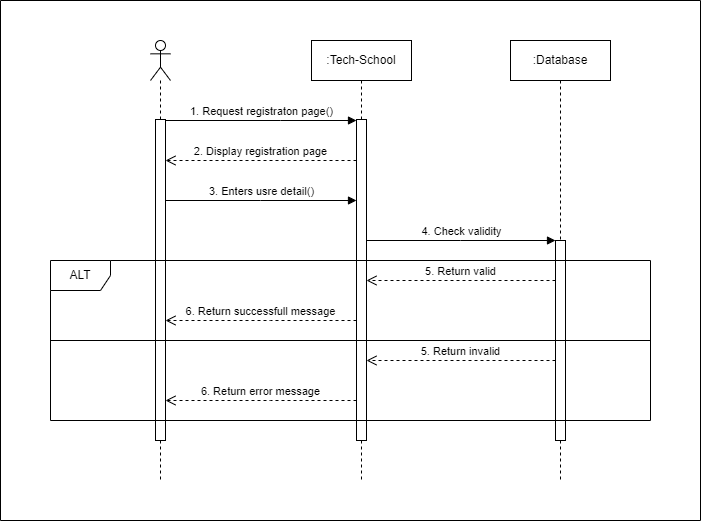
Before: Materials/Sequence Diagrams/SD_Registration.png, a diagram exported from draw.io (iprosenjitp/Tech-School). Source tidied: cells renumbered, new cells last; positions are measured from the earlier drawing's top-left corner, leaving out a move shared by most shapes. Its diagram source:
```xml
<mxGraphModel background="#ffffff">
  <root>
    <mxCell id="0" />
    <mxCell id="1" parent="0" />
    <mxCell id="2" value=":Tech-School" style="shape=umlLifeline;perimeter=lifelinePerimeter;whiteSpace=wrap;html=1;newEdgeStyle={&quot;curved&quot;:0,&quot;rounded&quot;:0};" parent="1" vertex="1">
      <mxGeometry x="311" y="40" width="100" height="440" as="geometry" />
    </mxCell>
    <mxCell id="3" style="html=1;points=[[0,0,0,0,5],[0,1,0,0,-5],[1,0,0,0,5],[1,1,0,0,-5]];perimeter=orthogonalPerimeter;outlineConnect=0;targetShapes=umlLifeline;portConstraint=eastwest;newEdgeStyle={&quot;curved&quot;:0,&quot;rounded&quot;:0};" parent="2" vertex="1">
      <mxGeometry x="45" y="79" width="10" height="321" as="geometry" />
    </mxCell>
    <mxCell id="4" value=":Database" style="shape=umlLifeline;perimeter=lifelinePerimeter;whiteSpace=wrap;html=1;newEdgeStyle={&quot;curved&quot;:0,&quot;rounded&quot;:0};" parent="1" vertex="1">
      <mxGeometry x="510" y="40" width="100" height="440" as="geometry" />
    </mxCell>
    <mxCell id="5" style="html=1;points=[[0,0,0,0,5],[0,1,0,0,-5],[1,0,0,0,5],[1,1,0,0,-5]];perimeter=orthogonalPerimeter;outlineConnect=0;targetShapes=umlLifeline;portConstraint=eastwest;newEdgeStyle={&quot;curved&quot;:0,&quot;rounded&quot;:0};" parent="4" vertex="1">
      <mxGeometry x="45" y="200" width="10" height="200" as="geometry" />
    </mxCell>
    <mxCell id="6" style="shape=umlLifeline;perimeter=lifelinePerimeter;whiteSpace=wrap;html=1;newEdgeStyle={&quot;curved&quot;:0,&quot;rounded&quot;:0};participant=umlActor;" parent="1" vertex="1">
      <mxGeometry x="150" y="40" width="20" height="440" as="geometry" />
    </mxCell>
    <mxCell id="7" style="html=1;points=[[0,0,0,0,5],[0,1,0,0,-5],[1,0,0,0,5],[1,1,0,0,-5]];perimeter=orthogonalPerimeter;outlineConnect=0;targetShapes=umlLifeline;portConstraint=eastwest;newEdgeStyle={&quot;curved&quot;:0,&quot;rounded&quot;:0};" parent="6" vertex="1">
      <mxGeometry x="5" y="79" width="10" height="321" as="geometry" />
    </mxCell>
    <mxCell id="8" value="2. Display registration page" style="html=1;verticalAlign=bottom;endArrow=open;dashed=1;endSize=8;rounded=0;" parent="1" edge="1" source="3" target="7">
      <mxGeometry relative="1" as="geometry">
        <Array as="points">
          <mxPoint x="260" y="160" />
        </Array>
      </mxGeometry>
    </mxCell>
    <mxCell id="9" value="3. Enters usre detail()" style="html=1;verticalAlign=bottom;endArrow=block;curved=0;rounded=0;" parent="1" edge="1" source="7" target="3">
      <mxGeometry relative="1" as="geometry">
        <Array as="points">
          <mxPoint x="260" y="200" />
        </Array>
      </mxGeometry>
    </mxCell>
    <mxCell id="10" value="1. Request registraton page()" style="html=1;verticalAlign=bottom;endArrow=block;curved=0;rounded=0;" parent="1" edge="1" source="7" target="3">
      <mxGeometry relative="1" as="geometry">
        <Array as="points">
          <mxPoint x="280" y="120" />
        </Array>
      </mxGeometry>
    </mxCell>
    <mxCell id="11" value="4. Check validity" style="html=1;verticalAlign=bottom;startArrow=none;startFill=0;endArrow=block;startSize=8;curved=0;rounded=0;" parent="1" edge="1" source="3" target="5">
      <mxGeometry relative="1" as="geometry">
        <Array as="points">
          <mxPoint x="460" y="240" />
        </Array>
      </mxGeometry>
    </mxCell>
    <mxCell id="12" value="5. Return valid" style="html=1;verticalAlign=bottom;endArrow=open;dashed=1;endSize=8;curved=0;rounded=0;" parent="1" edge="1" source="5" target="3">
      <mxGeometry relative="1" as="geometry">
        <Array as="points">
          <mxPoint x="460" y="280" />
        </Array>
      </mxGeometry>
    </mxCell>
    <mxCell id="13" value="6. Return successfull message" style="html=1;verticalAlign=bottom;endArrow=open;dashed=1;endSize=8;curved=0;rounded=0;" parent="1" edge="1" source="3" target="7">
      <mxGeometry relative="1" as="geometry">
        <Array as="points">
          <mxPoint x="270" y="320" />
        </Array>
      </mxGeometry>
    </mxCell>
    <mxCell id="14" value="5. Return invalid" style="html=1;verticalAlign=bottom;endArrow=open;dashed=1;endSize=8;curved=0;rounded=0;" parent="1" edge="1" source="5" target="3">
      <mxGeometry relative="1" as="geometry">
        <Array as="points">
          <mxPoint x="460" y="360" />
        </Array>
      </mxGeometry>
    </mxCell>
    <mxCell id="15" value="6. Return error message" style="html=1;verticalAlign=bottom;endArrow=open;dashed=1;endSize=8;curved=0;rounded=0;" parent="1" edge="1" source="3" target="7">
      <mxGeometry relative="1" as="geometry">
        <Array as="points">
          <mxPoint x="270" y="400" />
        </Array>
      </mxGeometry>
    </mxCell>
    <mxCell id="16" value="ALT" style="shape=umlFrame;whiteSpace=wrap;html=1;" parent="1" vertex="1">
      <mxGeometry x="50" y="260" width="600" height="160" as="geometry" />
    </mxCell>
    <mxCell id="17" style="line;strokeWidth=1;fillColor=none;align=left;verticalAlign=middle;spacingTop=-1;spacingLeft=3;spacingRight=3;labelPosition=right;strokeColor=inherit;" parent="1" vertex="1">
      <mxGeometry x="50" y="336" width="600" height="8" as="geometry" />
    </mxCell>
    <mxCell id="18" style="swimlane;startSize=0;" parent="1" vertex="1">
      <mxGeometry width="700" height="520" as="geometry" />
    </mxCell>
  </root>
</mxGraphModel>
```
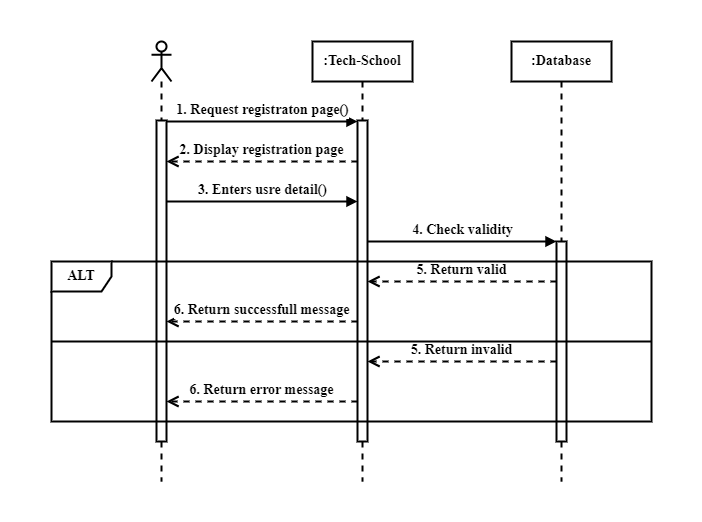
The same diagram one commit later.

Diff of the diagram source:
```diff
@@ -2,87 +2,87 @@
   <root>
     <mxCell id="0" />
     <mxCell id="1" parent="0" />
-    <mxCell id="2" value=":Tech-School" style="shape=umlLifeline;perimeter=lifelinePerimeter;whiteSpace=wrap;html=1;newEdgeStyle={&quot;curved&quot;:0,&quot;rounded&quot;:0};" parent="1" vertex="1">
+    <mxCell id="2" value=":Tech-School" style="shape=umlLifeline;perimeter=lifelinePerimeter;whiteSpace=wrap;html=1;newEdgeStyle={&quot;curved&quot;:0,&quot;rounded&quot;:0};strokeWidth=2;fontFamily=Times New Roman;fontStyle=1;fontSize=14;" parent="1" vertex="1">
       <mxGeometry x="311" y="40" width="100" height="440" as="geometry" />
     </mxCell>
-    <mxCell id="3" style="html=1;points=[[0,0,0,0,5],[0,1,0,0,-5],[1,0,0,0,5],[1,1,0,0,-5]];perimeter=orthogonalPerimeter;outlineConnect=0;targetShapes=umlLifeline;portConstraint=eastwest;newEdgeStyle={&quot;curved&quot;:0,&quot;rounded&quot;:0};" parent="2" vertex="1">
+    <mxCell id="3" style="html=1;points=[[0,0,0,0,5],[0,1,0,0,-5],[1,0,0,0,5],[1,1,0,0,-5]];perimeter=orthogonalPerimeter;outlineConnect=0;targetShapes=umlLifeline;portConstraint=eastwest;newEdgeStyle={&quot;curved&quot;:0,&quot;rounded&quot;:0};strokeWidth=2;fontFamily=Times New Roman;fontStyle=1;fontSize=14;" parent="2" vertex="1">
       <mxGeometry x="45" y="79" width="10" height="321" as="geometry" />
     </mxCell>
-    <mxCell id="4" value=":Database" style="shape=umlLifeline;perimeter=lifelinePerimeter;whiteSpace=wrap;html=1;newEdgeStyle={&quot;curved&quot;:0,&quot;rounded&quot;:0};" parent="1" vertex="1">
+    <mxCell id="4" value=":Database" style="shape=umlLifeline;perimeter=lifelinePerimeter;whiteSpace=wrap;html=1;newEdgeStyle={&quot;curved&quot;:0,&quot;rounded&quot;:0};strokeWidth=2;fontFamily=Times New Roman;fontStyle=1;fontSize=14;" parent="1" vertex="1">
       <mxGeometry x="510" y="40" width="100" height="440" as="geometry" />
     </mxCell>
-    <mxCell id="5" style="html=1;points=[[0,0,0,0,5],[0,1,0,0,-5],[1,0,0,0,5],[1,1,0,0,-5]];perimeter=orthogonalPerimeter;outlineConnect=0;targetShapes=umlLifeline;portConstraint=eastwest;newEdgeStyle={&quot;curved&quot;:0,&quot;rounded&quot;:0};" parent="4" vertex="1">
+    <mxCell id="5" style="html=1;points=[[0,0,0,0,5],[0,1,0,0,-5],[1,0,0,0,5],[1,1,0,0,-5]];perimeter=orthogonalPerimeter;outlineConnect=0;targetShapes=umlLifeline;portConstraint=eastwest;newEdgeStyle={&quot;curved&quot;:0,&quot;rounded&quot;:0};strokeWidth=2;fontFamily=Times New Roman;fontStyle=1;fontSize=14;" parent="4" vertex="1">
       <mxGeometry x="45" y="200" width="10" height="200" as="geometry" />
     </mxCell>
-    <mxCell id="6" style="shape=umlLifeline;perimeter=lifelinePerimeter;whiteSpace=wrap;html=1;newEdgeStyle={&quot;curved&quot;:0,&quot;rounded&quot;:0};participant=umlActor;" parent="1" vertex="1">
+    <mxCell id="6" style="shape=umlLifeline;perimeter=lifelinePerimeter;whiteSpace=wrap;html=1;newEdgeStyle={&quot;curved&quot;:0,&quot;rounded&quot;:0};participant=umlActor;strokeWidth=2;fontFamily=Times New Roman;fontStyle=1;fontSize=14;" parent="1" vertex="1">
       <mxGeometry x="150" y="40" width="20" height="440" as="geometry" />
     </mxCell>
-    <mxCell id="7" style="html=1;points=[[0,0,0,0,5],[0,1,0,0,-5],[1,0,0,0,5],[1,1,0,0,-5]];perimeter=orthogonalPerimeter;outlineConnect=0;targetShapes=umlLifeline;portConstraint=eastwest;newEdgeStyle={&quot;curved&quot;:0,&quot;rounded&quot;:0};" parent="6" vertex="1">
+    <mxCell id="7" style="html=1;points=[[0,0,0,0,5],[0,1,0,0,-5],[1,0,0,0,5],[1,1,0,0,-5]];perimeter=orthogonalPerimeter;outlineConnect=0;targetShapes=umlLifeline;portConstraint=eastwest;newEdgeStyle={&quot;curved&quot;:0,&quot;rounded&quot;:0};strokeWidth=2;fontFamily=Times New Roman;fontStyle=1;fontSize=14;" parent="6" vertex="1">
       <mxGeometry x="5" y="79" width="10" height="321" as="geometry" />
     </mxCell>
-    <mxCell id="8" value="2. Display registration page" style="html=1;verticalAlign=bottom;endArrow=open;dashed=1;endSize=8;rounded=0;" parent="1" edge="1" source="3" target="7">
+    <mxCell id="8" value="2. Display registration page" style="html=1;verticalAlign=bottom;endArrow=open;dashed=1;endSize=8;rounded=0;strokeWidth=2;fontFamily=Times New Roman;fontStyle=1;fontSize=14;" parent="1" edge="1" source="3" target="7">
       <mxGeometry relative="1" as="geometry">
         <Array as="points">
           <mxPoint x="260" y="160" />
         </Array>
       </mxGeometry>
     </mxCell>
-    <mxCell id="9" value="3. Enters usre detail()" style="html=1;verticalAlign=bottom;endArrow=block;curved=0;rounded=0;" parent="1" edge="1" source="7" target="3">
+    <mxCell id="9" value="3. Enters usre detail()" style="html=1;verticalAlign=bottom;endArrow=block;curved=0;rounded=0;strokeWidth=2;fontFamily=Times New Roman;fontStyle=1;fontSize=14;" parent="1" edge="1" source="7" target="3">
       <mxGeometry relative="1" as="geometry">
         <Array as="points">
           <mxPoint x="260" y="200" />
         </Array>
       </mxGeometry>
     </mxCell>
-    <mxCell id="10" value="1. Request registraton page()" style="html=1;verticalAlign=bottom;endArrow=block;curved=0;rounded=0;" parent="1" edge="1" source="7" target="3">
+    <mxCell id="10" value="1. Request registraton page()" style="html=1;verticalAlign=bottom;endArrow=block;curved=0;rounded=0;strokeWidth=2;fontFamily=Times New Roman;fontStyle=1;fontSize=14;" parent="1" edge="1" source="7" target="3">
       <mxGeometry relative="1" as="geometry">
         <Array as="points">
           <mxPoint x="280" y="120" />
         </Array>
       </mxGeometry>
     </mxCell>
-    <mxCell id="11" value="4. Check validity" style="html=1;verticalAlign=bottom;startArrow=none;startFill=0;endArrow=block;startSize=8;curved=0;rounded=0;" parent="1" edge="1" source="3" target="5">
+    <mxCell id="11" value="4. Check validity" style="html=1;verticalAlign=bottom;startArrow=none;startFill=0;endArrow=block;startSize=8;curved=0;rounded=0;strokeWidth=2;fontFamily=Times New Roman;fontStyle=1;fontSize=14;" parent="1" edge="1" source="3" target="5">
       <mxGeometry relative="1" as="geometry">
         <Array as="points">
           <mxPoint x="460" y="240" />
         </Array>
       </mxGeometry>
     </mxCell>
-    <mxCell id="12" value="5. Return valid" style="html=1;verticalAlign=bottom;endArrow=open;dashed=1;endSize=8;curved=0;rounded=0;" parent="1" edge="1" source="5" target="3">
+    <mxCell id="12" value="5. Return valid" style="html=1;verticalAlign=bottom;endArrow=open;dashed=1;endSize=8;curved=0;rounded=0;strokeWidth=2;fontFamily=Times New Roman;fontStyle=1;fontSize=14;" parent="1" edge="1" source="5" target="3">
       <mxGeometry relative="1" as="geometry">
         <Array as="points">
           <mxPoint x="460" y="280" />
         </Array>
       </mxGeometry>
     </mxCell>
-    <mxCell id="13" value="6. Return successfull message" style="html=1;verticalAlign=bottom;endArrow=open;dashed=1;endSize=8;curved=0;rounded=0;" parent="1" edge="1" source="3" target="7">
+    <mxCell id="13" value="6. Return successfull message" style="html=1;verticalAlign=bottom;endArrow=open;dashed=1;endSize=8;curved=0;rounded=0;strokeWidth=2;fontFamily=Times New Roman;fontStyle=1;fontSize=14;" parent="1" edge="1" source="3" target="7">
       <mxGeometry relative="1" as="geometry">
         <Array as="points">
           <mxPoint x="270" y="320" />
         </Array>
       </mxGeometry>
     </mxCell>
-    <mxCell id="14" value="5. Return invalid" style="html=1;verticalAlign=bottom;endArrow=open;dashed=1;endSize=8;curved=0;rounded=0;" parent="1" edge="1" source="5" target="3">
+    <mxCell id="14" value="5. Return invalid" style="html=1;verticalAlign=bottom;endArrow=open;dashed=1;endSize=8;curved=0;rounded=0;strokeWidth=2;fontFamily=Times New Roman;fontStyle=1;fontSize=14;" parent="1" edge="1" source="5" target="3">
       <mxGeometry relative="1" as="geometry">
         <Array as="points">
           <mxPoint x="460" y="360" />
         </Array>
       </mxGeometry>
     </mxCell>
-    <mxCell id="15" value="6. Return error message" style="html=1;verticalAlign=bottom;endArrow=open;dashed=1;endSize=8;curved=0;rounded=0;" parent="1" edge="1" source="3" target="7">
+    <mxCell id="15" value="6. Return error message" style="html=1;verticalAlign=bottom;endArrow=open;dashed=1;endSize=8;curved=0;rounded=0;strokeWidth=2;fontFamily=Times New Roman;fontStyle=1;fontSize=14;" parent="1" edge="1" source="3" target="7">
       <mxGeometry relative="1" as="geometry">
         <Array as="points">
           <mxPoint x="270" y="400" />
         </Array>
       </mxGeometry>
     </mxCell>
-    <mxCell id="16" value="ALT" style="shape=umlFrame;whiteSpace=wrap;html=1;" parent="1" vertex="1">
+    <mxCell id="16" value="ALT" style="shape=umlFrame;whiteSpace=wrap;html=1;strokeWidth=2;fontFamily=Times New Roman;fontStyle=1;fontSize=14;" parent="1" vertex="1">
       <mxGeometry x="50" y="260" width="600" height="160" as="geometry" />
     </mxCell>
-    <mxCell id="17" style="line;strokeWidth=1;fillColor=none;align=left;verticalAlign=middle;spacingTop=-1;spacingLeft=3;spacingRight=3;labelPosition=right;strokeColor=inherit;" parent="1" vertex="1">
+    <mxCell id="17" style="line;strokeWidth=2;fillColor=none;align=left;verticalAlign=middle;spacingTop=-1;spacingLeft=3;spacingRight=3;labelPosition=right;strokeColor=inherit;fontFamily=Times New Roman;fontStyle=1;fontSize=14;" parent="1" vertex="1">
       <mxGeometry x="50" y="336" width="600" height="8" as="geometry" />
     </mxCell>
-    <mxCell id="18" style="swimlane;startSize=0;" parent="1" vertex="1">
+    <mxCell id="18" style="swimlane;startSize=0;strokeWidth=2;fontFamily=Times New Roman;fontStyle=1;fontSize=14;strokeColor=#FFFFFF;" parent="1" vertex="1">
       <mxGeometry width="700" height="520" as="geometry" />
     </mxCell>
   </root>
```
